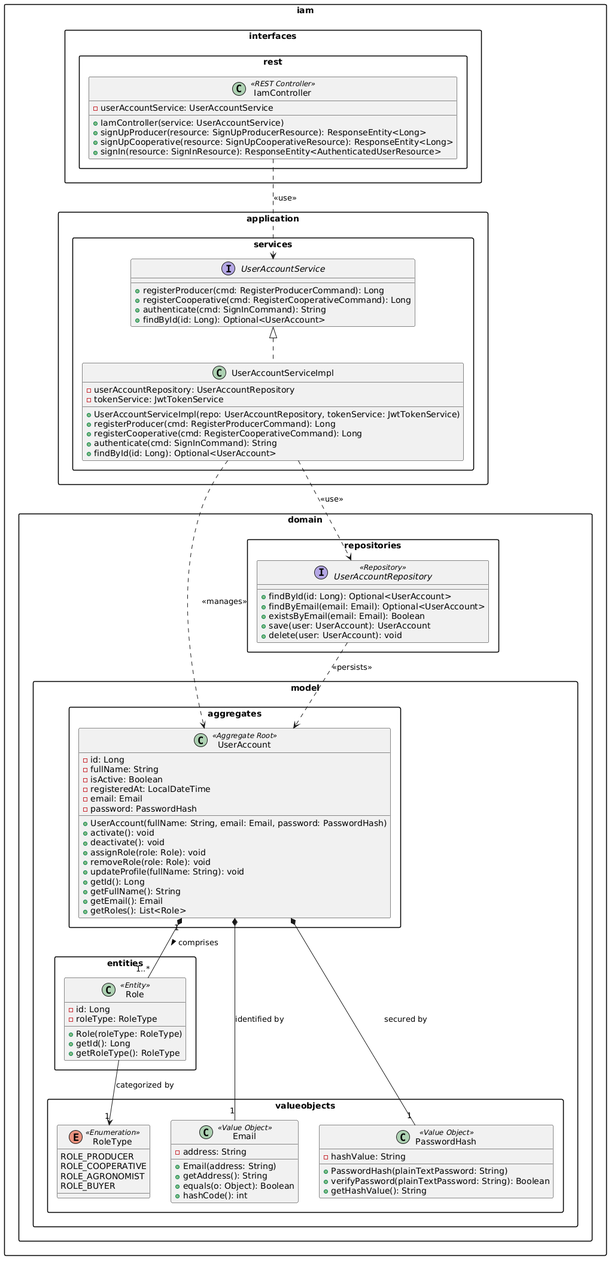
The PlantUML diagram assets/img/class-diagrams/iam-class-diagram.png in dymbia-aplicaciones-web/sumaqAgro-report, before a commit. The source it was exported from:
```plantuml
@startuml
skinparam classAttributeIconSize false
skinparam packageStyle rectangle
skinparam shadowing false
skinparam roundcorner 5

package "iam.domain.model.aggregates" {
    class UserAccount <<Aggregate Root>> {
        - id: Long
        - fullName: String
        - isActive: Boolean
        - registeredAt: LocalDateTime
        - email: Email
        - password: PasswordHash
        + UserAccount(fullName: String, email: Email, password: PasswordHash)
        + activate(): void
        + deactivate(): void
        + assignRole(role: Role): void
        + removeRole(role: Role): void
        + updateProfile(fullName: String): void
        + getId(): Long
        + getFullName(): String
        + getEmail(): Email
        + getRoles(): List<Role>
    }
}

package "iam.domain.model.entities" {
    class Role <<Entity>> {
        - id: Long
        - roleType: RoleType
        + Role(roleType: RoleType)
        + getId(): Long
        + getRoleType(): RoleType
    }
}

package "iam.domain.model.valueobjects" {
    class Email <<Value Object>> {
        - address: String
        + Email(address: String)
        + getAddress(): String
        + equals(o: Object): Boolean
        + hashCode(): int
    }

    class PasswordHash <<Value Object>> {
        - hashValue: String
        + PasswordHash(plainTextPassword: String)
        + verifyPassword(plainTextPassword: String): Boolean
        + getHashValue(): String
    }

    enum RoleType <<Enumeration>> {
        ROLE_PRODUCER
        ROLE_COOPERATIVE
        ROLE_AGRONOMIST
        ROLE_BUYER
    }
}

package "iam.domain.repositories" {
    interface UserAccountRepository <<Repository>> {
        + findById(id: Long): Optional<UserAccount>
        + findByEmail(email: Email): Optional<UserAccount>
        + existsByEmail(email: Email): Boolean
        + save(user: UserAccount): UserAccount
        + delete(user: UserAccount): void
    }
}

package "iam.application.services" {
    interface UserAccountService {
        + registerProducer(cmd: RegisterProducerCommand): Long
        + registerCooperative(cmd: RegisterCooperativeCommand): Long
        + authenticate(cmd: SignInCommand): String
        + findById(id: Long): Optional<UserAccount>
    }

    class UserAccountServiceImpl implements UserAccountService {
        - userAccountRepository: UserAccountRepository
        - tokenService: JwtTokenService
        + UserAccountServiceImpl(repo: UserAccountRepository, tokenService: JwtTokenService)
        + registerProducer(cmd: RegisterProducerCommand): Long
        + registerCooperative(cmd: RegisterCooperativeCommand): Long
        + authenticate(cmd: SignInCommand): String
        + findById(id: Long): Optional<UserAccount>
    }
}

package "iam.interfaces.rest" {
    class IamController <<REST Controller>> {
        - userAccountService: UserAccountService
        + IamController(service: UserAccountService)
        + signUpProducer(resource: SignUpProducerResource): ResponseEntity<Long>
        + signUpCooperative(resource: SignUpCooperativeResource): ResponseEntity<Long>
        + signIn(resource: SignInResource): ResponseEntity<AuthenticatedUserResource>
    }
}

UserAccount "1" *-- "1..*" Role : "comprises >"
Role --> "1" RoleType : "categorized by"
UserAccount *-- "1" Email : "identified by"
UserAccount *-- "1" PasswordHash : "secured by"

IamController ..> UserAccountService : "<<use>>"
UserAccountServiceImpl ..> UserAccountRepository : "<<use>>"
UserAccountServiceImpl ..> UserAccount : "<<manages>>"
UserAccountRepository ..> UserAccount : "<<persists>>"
@enduml
```
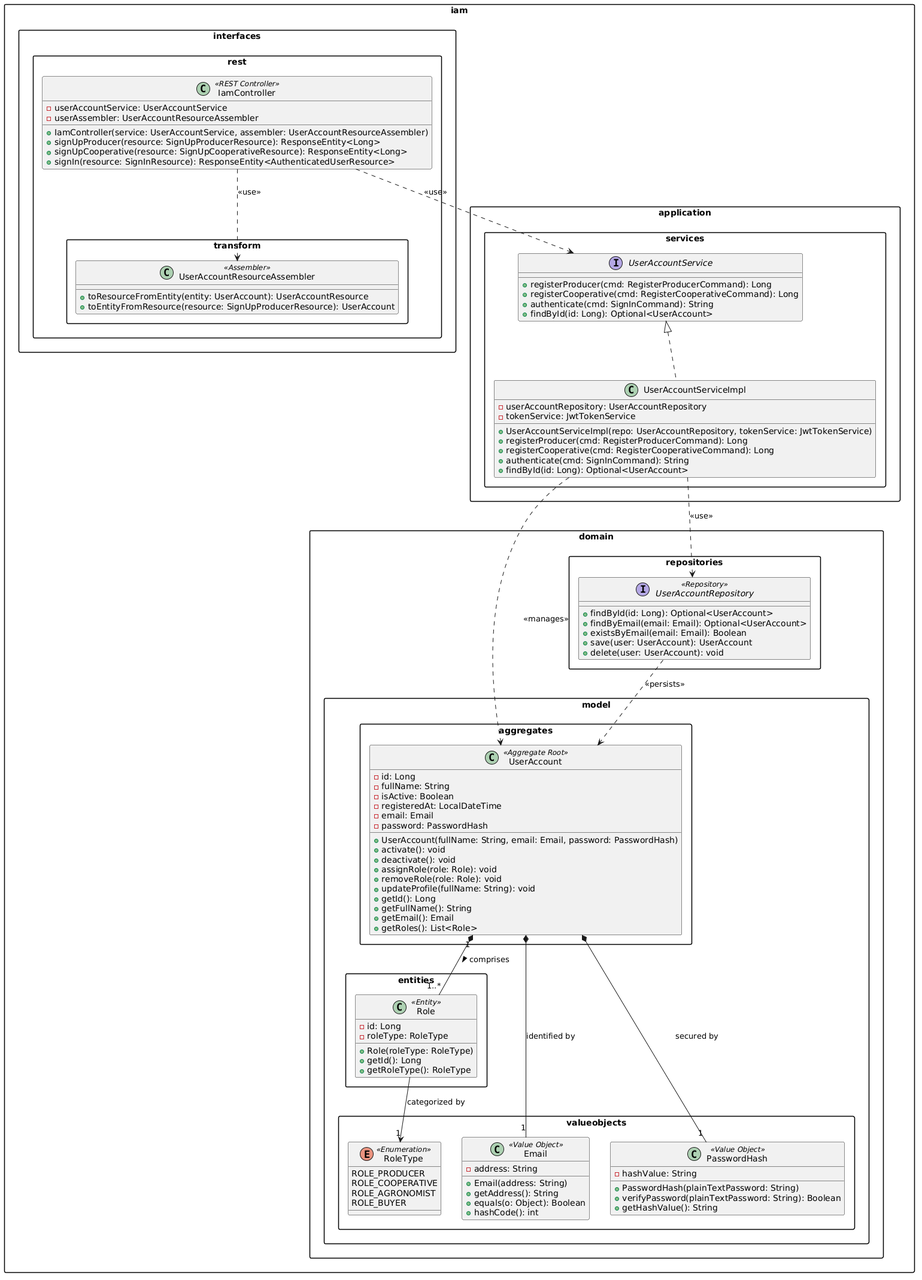
The same file after the commit.

Commit message:
docs(cap4): update class diagrams and refine narrative with assembler components

Diff of the diagram source:
```diff
@@ -88,10 +88,18 @@
     }
 }
 
+package "iam.interfaces.rest.transform" {
+    class UserAccountResourceAssembler <<Assembler>> {
+        + toResourceFromEntity(entity: UserAccount): UserAccountResource
+        + toEntityFromResource(resource: SignUpProducerResource): UserAccount
+    }
+}
+
 package "iam.interfaces.rest" {
     class IamController <<REST Controller>> {
         - userAccountService: UserAccountService
-        + IamController(service: UserAccountService)
+        - userAssembler: UserAccountResourceAssembler
+        + IamController(service: UserAccountService, assembler: UserAccountResourceAssembler)
         + signUpProducer(resource: SignUpProducerResource): ResponseEntity<Long>
         + signUpCooperative(resource: SignUpCooperativeResource): ResponseEntity<Long>
         + signIn(resource: SignInResource): ResponseEntity<AuthenticatedUserResource>
@@ -104,6 +112,7 @@
 UserAccount *-- "1" PasswordHash : "secured by"
 
 IamController ..> UserAccountService : "<<use>>"
+IamController ..> UserAccountResourceAssembler : "<<use>>"
 UserAccountServiceImpl ..> UserAccountRepository : "<<use>>"
 UserAccountServiceImpl ..> UserAccount : "<<manages>>"
 UserAccountRepository ..> UserAccount : "<<persists>>"
```
